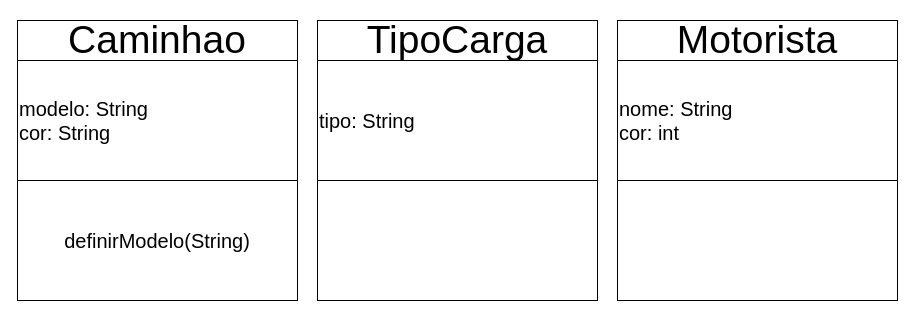
The draw.io diagram Caminhao.drawio in DanielKistemacher/Atividade01Poo, before the edit. Source tidied: cells renumbered, new cells numbered last; positions are measured from the earlier drawing's top-left corner, leaving out a move shared by most shapes. Both pictures are drawn from the tidied source at 100%, with x=0, y=0 at pixel (17, 20).
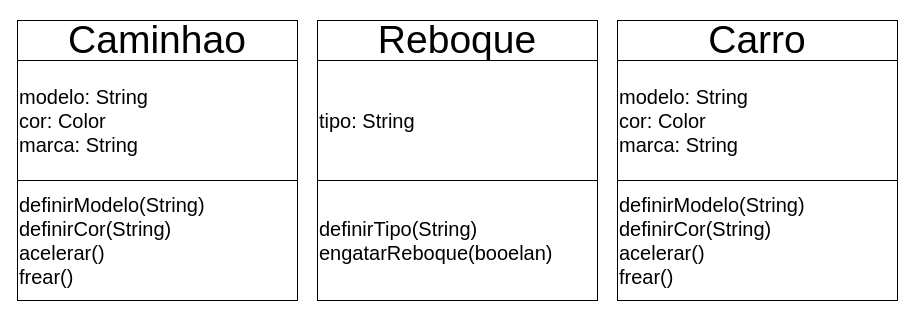
After the change.

Diff of the diagram source:
```diff
@@
 <mxGraphModel>
   <root>
     <mxCell id="0" />
     <mxCell id="1" parent="0" />
     <mxCell id="2" value="&lt;font style=&quot;font-size: 39px;&quot;&gt;Caminhao&lt;/font&gt;" style="rounded=0;whiteSpace=wrap;html=1;" parent="1" vertex="1">
       <mxGeometry width="280" height="40" as="geometry" />
     </mxCell>
-    <mxCell id="3" value="modelo: String&lt;br&gt;cor: String" style="rounded=0;whiteSpace=wrap;html=1;fontSize=20;align=left;" parent="1" vertex="1">
+    <mxCell id="3" value="modelo: String&lt;br&gt;cor: Color&lt;br&gt;marca: String" style="rounded=0;whiteSpace=wrap;html=1;fontSize=20;align=left;" parent="1" vertex="1">
       <mxGeometry y="40" width="280" height="120" as="geometry" />
     </mxCell>
-    <mxCell id="4" value="definirModelo(String)" style="rounded=0;whiteSpace=wrap;html=1;fontSize=20;" parent="1" vertex="1">
+    <mxCell id="4" value="definirModelo(String)&lt;br&gt;definirCor(String)&lt;br&gt;acelerar()&lt;br&gt;frear()" style="rounded=0;whiteSpace=wrap;html=1;fontSize=20;align=left;" parent="1" vertex="1">
       <mxGeometry y="160" width="280" height="120" as="geometry" />
     </mxCell>
-    <mxCell id="5" value="&lt;font style=&quot;font-size: 39px;&quot;&gt;TipoCarga&lt;/font&gt;" style="rounded=0;whiteSpace=wrap;html=1;" parent="1" vertex="1">
+    <mxCell id="5" value="&lt;font style=&quot;font-size: 39px;&quot;&gt;Reboque&lt;/font&gt;" style="rounded=0;whiteSpace=wrap;html=1;" parent="1" vertex="1">
       <mxGeometry x="300" width="280" height="40" as="geometry" />
     </mxCell>
     <mxCell id="6" value="tipo: String&lt;br&gt;" style="rounded=0;whiteSpace=wrap;html=1;fontSize=20;align=left;" parent="1" vertex="1">
       <mxGeometry x="300" y="40" width="280" height="120" as="geometry" />
     </mxCell>
-    <mxCell id="7" style="rounded=0;whiteSpace=wrap;html=1;fontSize=20;" parent="1" vertex="1">
+    <mxCell id="7" value="definirTipo(String)&lt;br&gt;engatarReboque(booelan)" style="rounded=0;whiteSpace=wrap;html=1;fontSize=20;align=left;" parent="1" vertex="1">
       <mxGeometry x="300" y="160" width="280" height="120" as="geometry" />
     </mxCell>
-    <mxCell id="8" value="&lt;font style=&quot;font-size: 39px;&quot;&gt;Motorista&lt;/font&gt;" style="rounded=0;whiteSpace=wrap;html=1;" parent="1" vertex="1">
+    <mxCell id="8" value="&lt;font style=&quot;font-size: 39px;&quot;&gt;Carro&lt;/font&gt;" style="rounded=0;whiteSpace=wrap;html=1;" parent="1" vertex="1">
       <mxGeometry x="600" width="280" height="40" as="geometry" />
     </mxCell>
-    <mxCell id="9" value="nome: String&lt;br&gt;cor: int" style="rounded=0;whiteSpace=wrap;html=1;fontSize=20;align=left;" parent="1" vertex="1">
-      <mxGeometry x="600" y="40" width="280" height="120" as="geometry" />
-    </mxCell>
-    <mxCell id="10" style="rounded=0;whiteSpace=wrap;html=1;fontSize=20;align=left;" parent="1" vertex="1">
-      <mxGeometry x="600" y="160" width="280" height="120" as="geometry" />
-    </mxCell>
+    <mxCell id="11" value="modelo: String&lt;br&gt;cor: Color&lt;br&gt;marca: String" style="rounded=0;whiteSpace=wrap;html=1;fontSize=20;align=left;" parent="1" vertex="1">
+      <mxGeometry x="600" y="40" width="280" height="120" as="geometry" />
+    </mxCell>
+    <mxCell id="12" value="definirModelo(String)&lt;br&gt;definirCor(String)&lt;br&gt;acelerar()&lt;br&gt;frear()" style="rounded=0;whiteSpace=wrap;html=1;fontSize=20;align=left;" parent="1" vertex="1">
+      <mxGeometry x="600" y="160" width="280" height="120" as="geometry" />
+    </mxCell>
   </root>
 </mxGraphModel>
```
